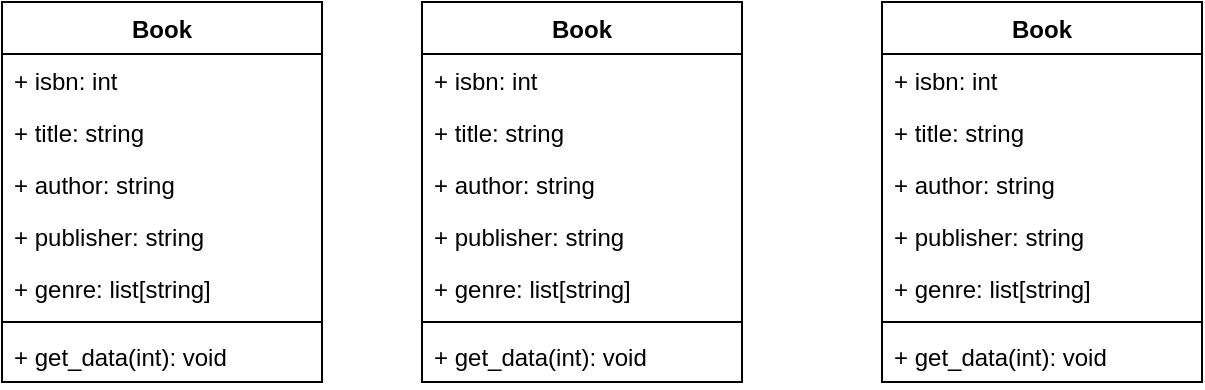
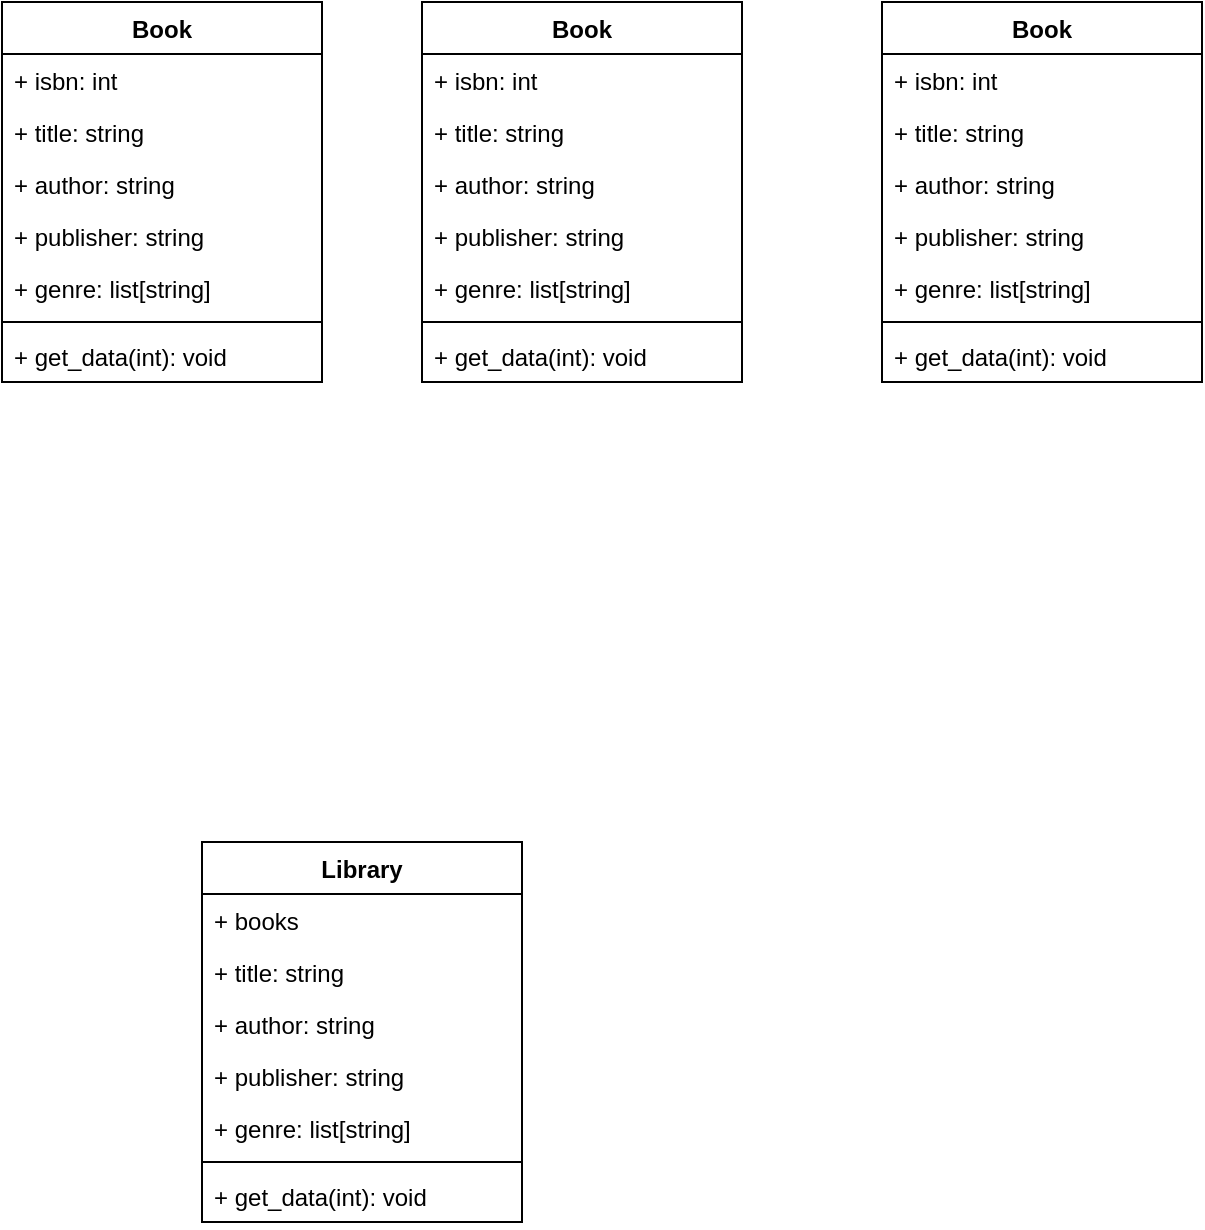
- <mxfile host="app.diagrams.net">
+ <mxfile host="Electron" agent="Mozilla/5.0 (Windows NT 10.0; Win64; x64) AppleWebKit/537.36 (KHTML, like Gecko) draw.io/28.0.6 Chrome/138.0.7204.100 Electron/37.2.3 Safari/537.36" version="28.0.6">
  <diagram name="Page-1" id="MvALraSjg-kkqwut2Yuy">
-     <mxGraphModel dx="1022" dy="530" grid="1" gridSize="10" guides="1" tooltips="1" connect="1" arrows="1" fold="1" page="1" pageScale="1" pageWidth="850" pageHeight="1100" math="0" shadow="0">
+     <mxGraphModel dx="2066" dy="1201" grid="1" gridSize="10" guides="1" tooltips="1" connect="1" arrows="1" fold="1" page="1" pageScale="1" pageWidth="850" pageHeight="1100" math="0" shadow="0">
      <root>
        <mxCell id="0" />
        <mxCell id="1" parent="0" />
-         <mxCell id="85a5JEDxkoZxQ43rEhxc-5" parent="1" style="swimlane;fontStyle=1;align=center;verticalAlign=top;childLayout=stackLayout;horizontal=1;startSize=26;horizontalStack=0;resizeParent=1;resizeParentMax=0;resizeLast=0;collapsible=1;marginBottom=0;whiteSpace=wrap;html=1;" value="Book" vertex="1">
-           <mxGeometry height="190" width="160" x="350" y="210" as="geometry">
-             <mxRectangle height="30" width="70" x="350" y="210" as="alternateBounds" />
+         <mxCell id="85a5JEDxkoZxQ43rEhxc-5" value="Book" style="swimlane;fontStyle=1;align=center;verticalAlign=top;childLayout=stackLayout;horizontal=1;startSize=26;horizontalStack=0;resizeParent=1;resizeParentMax=0;resizeLast=0;collapsible=1;marginBottom=0;whiteSpace=wrap;html=1;" parent="1" vertex="1">
+           <mxGeometry x="350" y="210" width="160" height="190" as="geometry">
+             <mxRectangle x="350" y="210" width="70" height="30" as="alternateBounds" />
          </mxGeometry>
        </mxCell>
-         <mxCell id="85a5JEDxkoZxQ43rEhxc-6" parent="85a5JEDxkoZxQ43rEhxc-5" style="text;strokeColor=none;fillColor=none;align=left;verticalAlign=top;spacingLeft=4;spacingRight=4;overflow=hidden;rotatable=0;points=[[0,0.5],[1,0.5]];portConstraint=eastwest;whiteSpace=wrap;html=1;" value="+ isbn: int" vertex="1">
-           <mxGeometry height="26" width="160" y="26" as="geometry" />
+         <mxCell id="85a5JEDxkoZxQ43rEhxc-6" value="+ isbn: int" style="text;strokeColor=none;fillColor=none;align=left;verticalAlign=top;spacingLeft=4;spacingRight=4;overflow=hidden;rotatable=0;points=[[0,0.5],[1,0.5]];portConstraint=eastwest;whiteSpace=wrap;html=1;" parent="85a5JEDxkoZxQ43rEhxc-5" vertex="1">
+           <mxGeometry y="26" width="160" height="26" as="geometry" />
        </mxCell>
-         <mxCell id="85a5JEDxkoZxQ43rEhxc-12" parent="85a5JEDxkoZxQ43rEhxc-5" style="text;strokeColor=none;fillColor=none;align=left;verticalAlign=top;spacingLeft=4;spacingRight=4;overflow=hidden;rotatable=0;points=[[0,0.5],[1,0.5]];portConstraint=eastwest;whiteSpace=wrap;html=1;" value="+ title: string" vertex="1">
-           <mxGeometry height="26" width="160" y="52" as="geometry" />
+         <mxCell id="85a5JEDxkoZxQ43rEhxc-12" value="+ title: string" style="text;strokeColor=none;fillColor=none;align=left;verticalAlign=top;spacingLeft=4;spacingRight=4;overflow=hidden;rotatable=0;points=[[0,0.5],[1,0.5]];portConstraint=eastwest;whiteSpace=wrap;html=1;" parent="85a5JEDxkoZxQ43rEhxc-5" vertex="1">
+           <mxGeometry y="52" width="160" height="26" as="geometry" />
        </mxCell>
-         <mxCell id="85a5JEDxkoZxQ43rEhxc-13" parent="85a5JEDxkoZxQ43rEhxc-5" style="text;strokeColor=none;fillColor=none;align=left;verticalAlign=top;spacingLeft=4;spacingRight=4;overflow=hidden;rotatable=0;points=[[0,0.5],[1,0.5]];portConstraint=eastwest;whiteSpace=wrap;html=1;" value="+ author: string" vertex="1">
-           <mxGeometry height="26" width="160" y="78" as="geometry" />
+         <mxCell id="85a5JEDxkoZxQ43rEhxc-13" value="+ author: string" style="text;strokeColor=none;fillColor=none;align=left;verticalAlign=top;spacingLeft=4;spacingRight=4;overflow=hidden;rotatable=0;points=[[0,0.5],[1,0.5]];portConstraint=eastwest;whiteSpace=wrap;html=1;" parent="85a5JEDxkoZxQ43rEhxc-5" vertex="1">
+           <mxGeometry y="78" width="160" height="26" as="geometry" />
        </mxCell>
-         <mxCell id="85a5JEDxkoZxQ43rEhxc-14" parent="85a5JEDxkoZxQ43rEhxc-5" style="text;strokeColor=none;fillColor=none;align=left;verticalAlign=top;spacingLeft=4;spacingRight=4;overflow=hidden;rotatable=0;points=[[0,0.5],[1,0.5]];portConstraint=eastwest;whiteSpace=wrap;html=1;" value="+ publisher: string" vertex="1">
-           <mxGeometry height="26" width="160" y="104" as="geometry" />
+         <mxCell id="85a5JEDxkoZxQ43rEhxc-14" value="+ publisher: string" style="text;strokeColor=none;fillColor=none;align=left;verticalAlign=top;spacingLeft=4;spacingRight=4;overflow=hidden;rotatable=0;points=[[0,0.5],[1,0.5]];portConstraint=eastwest;whiteSpace=wrap;html=1;" parent="85a5JEDxkoZxQ43rEhxc-5" vertex="1">
+           <mxGeometry y="104" width="160" height="26" as="geometry" />
        </mxCell>
-         <mxCell id="85a5JEDxkoZxQ43rEhxc-15" parent="85a5JEDxkoZxQ43rEhxc-5" style="text;strokeColor=none;fillColor=none;align=left;verticalAlign=top;spacingLeft=4;spacingRight=4;overflow=hidden;rotatable=0;points=[[0,0.5],[1,0.5]];portConstraint=eastwest;whiteSpace=wrap;html=1;" value="+ genre: list[string]" vertex="1">
-           <mxGeometry height="26" width="160" y="130" as="geometry" />
+         <mxCell id="85a5JEDxkoZxQ43rEhxc-15" value="+ genre: list[string]" style="text;strokeColor=none;fillColor=none;align=left;verticalAlign=top;spacingLeft=4;spacingRight=4;overflow=hidden;rotatable=0;points=[[0,0.5],[1,0.5]];portConstraint=eastwest;whiteSpace=wrap;html=1;" parent="85a5JEDxkoZxQ43rEhxc-5" vertex="1">
+           <mxGeometry y="130" width="160" height="26" as="geometry" />
        </mxCell>
-         <mxCell id="85a5JEDxkoZxQ43rEhxc-7" parent="85a5JEDxkoZxQ43rEhxc-5" style="line;strokeWidth=1;fillColor=none;align=left;verticalAlign=middle;spacingTop=-1;spacingLeft=3;spacingRight=3;rotatable=0;labelPosition=right;points=[];portConstraint=eastwest;strokeColor=inherit;" value="" vertex="1">
-           <mxGeometry height="8" width="160" y="156" as="geometry" />
+         <mxCell id="85a5JEDxkoZxQ43rEhxc-7" value="" style="line;strokeWidth=1;fillColor=none;align=left;verticalAlign=middle;spacingTop=-1;spacingLeft=3;spacingRight=3;rotatable=0;labelPosition=right;points=[];portConstraint=eastwest;strokeColor=inherit;" parent="85a5JEDxkoZxQ43rEhxc-5" vertex="1">
+           <mxGeometry y="156" width="160" height="8" as="geometry" />
        </mxCell>
-         <mxCell id="85a5JEDxkoZxQ43rEhxc-8" parent="85a5JEDxkoZxQ43rEhxc-5" style="text;strokeColor=none;fillColor=none;align=left;verticalAlign=top;spacingLeft=4;spacingRight=4;overflow=hidden;rotatable=0;points=[[0,0.5],[1,0.5]];portConstraint=eastwest;whiteSpace=wrap;html=1;" value="+ get_data(int): void" vertex="1">
-           <mxGeometry height="26" width="160" y="164" as="geometry" />
+         <mxCell id="85a5JEDxkoZxQ43rEhxc-8" value="+ get_data(int): void" style="text;strokeColor=none;fillColor=none;align=left;verticalAlign=top;spacingLeft=4;spacingRight=4;overflow=hidden;rotatable=0;points=[[0,0.5],[1,0.5]];portConstraint=eastwest;whiteSpace=wrap;html=1;" parent="85a5JEDxkoZxQ43rEhxc-5" vertex="1">
+           <mxGeometry y="164" width="160" height="26" as="geometry" />
        </mxCell>
-         <mxCell id="85a5JEDxkoZxQ43rEhxc-17" parent="1" style="swimlane;fontStyle=1;align=center;verticalAlign=top;childLayout=stackLayout;horizontal=1;startSize=26;horizontalStack=0;resizeParent=1;resizeParentMax=0;resizeLast=0;collapsible=1;marginBottom=0;whiteSpace=wrap;html=1;" value="Book" vertex="1">
-           <mxGeometry height="190" width="160" x="580" y="210" as="geometry">
-             <mxRectangle height="30" width="70" x="350" y="210" as="alternateBounds" />
+         <mxCell id="85a5JEDxkoZxQ43rEhxc-17" value="Book" style="swimlane;fontStyle=1;align=center;verticalAlign=top;childLayout=stackLayout;horizontal=1;startSize=26;horizontalStack=0;resizeParent=1;resizeParentMax=0;resizeLast=0;collapsible=1;marginBottom=0;whiteSpace=wrap;html=1;" parent="1" vertex="1">
+           <mxGeometry x="580" y="210" width="160" height="190" as="geometry">
+             <mxRectangle x="350" y="210" width="70" height="30" as="alternateBounds" />
          </mxGeometry>
        </mxCell>
-         <mxCell id="85a5JEDxkoZxQ43rEhxc-18" parent="85a5JEDxkoZxQ43rEhxc-17" style="text;strokeColor=none;fillColor=none;align=left;verticalAlign=top;spacingLeft=4;spacingRight=4;overflow=hidden;rotatable=0;points=[[0,0.5],[1,0.5]];portConstraint=eastwest;whiteSpace=wrap;html=1;" value="+ isbn: int" vertex="1">
-           <mxGeometry height="26" width="160" y="26" as="geometry" />
+         <mxCell id="85a5JEDxkoZxQ43rEhxc-18" value="+ isbn: int" style="text;strokeColor=none;fillColor=none;align=left;verticalAlign=top;spacingLeft=4;spacingRight=4;overflow=hidden;rotatable=0;points=[[0,0.5],[1,0.5]];portConstraint=eastwest;whiteSpace=wrap;html=1;" parent="85a5JEDxkoZxQ43rEhxc-17" vertex="1">
+           <mxGeometry y="26" width="160" height="26" as="geometry" />
        </mxCell>
-         <mxCell id="85a5JEDxkoZxQ43rEhxc-19" parent="85a5JEDxkoZxQ43rEhxc-17" style="text;strokeColor=none;fillColor=none;align=left;verticalAlign=top;spacingLeft=4;spacingRight=4;overflow=hidden;rotatable=0;points=[[0,0.5],[1,0.5]];portConstraint=eastwest;whiteSpace=wrap;html=1;" value="+ title: string" vertex="1">
-           <mxGeometry height="26" width="160" y="52" as="geometry" />
+         <mxCell id="85a5JEDxkoZxQ43rEhxc-19" value="+ title: string" style="text;strokeColor=none;fillColor=none;align=left;verticalAlign=top;spacingLeft=4;spacingRight=4;overflow=hidden;rotatable=0;points=[[0,0.5],[1,0.5]];portConstraint=eastwest;whiteSpace=wrap;html=1;" parent="85a5JEDxkoZxQ43rEhxc-17" vertex="1">
+           <mxGeometry y="52" width="160" height="26" as="geometry" />
        </mxCell>
-         <mxCell id="85a5JEDxkoZxQ43rEhxc-20" parent="85a5JEDxkoZxQ43rEhxc-17" style="text;strokeColor=none;fillColor=none;align=left;verticalAlign=top;spacingLeft=4;spacingRight=4;overflow=hidden;rotatable=0;points=[[0,0.5],[1,0.5]];portConstraint=eastwest;whiteSpace=wrap;html=1;" value="+ author: string" vertex="1">
-           <mxGeometry height="26" width="160" y="78" as="geometry" />
+         <mxCell id="85a5JEDxkoZxQ43rEhxc-20" value="+ author: string" style="text;strokeColor=none;fillColor=none;align=left;verticalAlign=top;spacingLeft=4;spacingRight=4;overflow=hidden;rotatable=0;points=[[0,0.5],[1,0.5]];portConstraint=eastwest;whiteSpace=wrap;html=1;" parent="85a5JEDxkoZxQ43rEhxc-17" vertex="1">
+           <mxGeometry y="78" width="160" height="26" as="geometry" />
        </mxCell>
-         <mxCell id="85a5JEDxkoZxQ43rEhxc-21" parent="85a5JEDxkoZxQ43rEhxc-17" style="text;strokeColor=none;fillColor=none;align=left;verticalAlign=top;spacingLeft=4;spacingRight=4;overflow=hidden;rotatable=0;points=[[0,0.5],[1,0.5]];portConstraint=eastwest;whiteSpace=wrap;html=1;" value="+ publisher: string" vertex="1">
-           <mxGeometry height="26" width="160" y="104" as="geometry" />
+         <mxCell id="85a5JEDxkoZxQ43rEhxc-21" value="+ publisher: string" style="text;strokeColor=none;fillColor=none;align=left;verticalAlign=top;spacingLeft=4;spacingRight=4;overflow=hidden;rotatable=0;points=[[0,0.5],[1,0.5]];portConstraint=eastwest;whiteSpace=wrap;html=1;" parent="85a5JEDxkoZxQ43rEhxc-17" vertex="1">
+           <mxGeometry y="104" width="160" height="26" as="geometry" />
        </mxCell>
-         <mxCell id="85a5JEDxkoZxQ43rEhxc-22" parent="85a5JEDxkoZxQ43rEhxc-17" style="text;strokeColor=none;fillColor=none;align=left;verticalAlign=top;spacingLeft=4;spacingRight=4;overflow=hidden;rotatable=0;points=[[0,0.5],[1,0.5]];portConstraint=eastwest;whiteSpace=wrap;html=1;" value="+ genre: list[string]" vertex="1">
-           <mxGeometry height="26" width="160" y="130" as="geometry" />
+         <mxCell id="85a5JEDxkoZxQ43rEhxc-22" value="+ genre: list[string]" style="text;strokeColor=none;fillColor=none;align=left;verticalAlign=top;spacingLeft=4;spacingRight=4;overflow=hidden;rotatable=0;points=[[0,0.5],[1,0.5]];portConstraint=eastwest;whiteSpace=wrap;html=1;" parent="85a5JEDxkoZxQ43rEhxc-17" vertex="1">
+           <mxGeometry y="130" width="160" height="26" as="geometry" />
        </mxCell>
-         <mxCell id="85a5JEDxkoZxQ43rEhxc-23" parent="85a5JEDxkoZxQ43rEhxc-17" style="line;strokeWidth=1;fillColor=none;align=left;verticalAlign=middle;spacingTop=-1;spacingLeft=3;spacingRight=3;rotatable=0;labelPosition=right;points=[];portConstraint=eastwest;strokeColor=inherit;" value="" vertex="1">
-           <mxGeometry height="8" width="160" y="156" as="geometry" />
+         <mxCell id="85a5JEDxkoZxQ43rEhxc-23" value="" style="line;strokeWidth=1;fillColor=none;align=left;verticalAlign=middle;spacingTop=-1;spacingLeft=3;spacingRight=3;rotatable=0;labelPosition=right;points=[];portConstraint=eastwest;strokeColor=inherit;" parent="85a5JEDxkoZxQ43rEhxc-17" vertex="1">
+           <mxGeometry y="156" width="160" height="8" as="geometry" />
        </mxCell>
-         <mxCell id="85a5JEDxkoZxQ43rEhxc-24" parent="85a5JEDxkoZxQ43rEhxc-17" style="text;strokeColor=none;fillColor=none;align=left;verticalAlign=top;spacingLeft=4;spacingRight=4;overflow=hidden;rotatable=0;points=[[0,0.5],[1,0.5]];portConstraint=eastwest;whiteSpace=wrap;html=1;" value="+ get_data(int): void" vertex="1">
-           <mxGeometry height="26" width="160" y="164" as="geometry" />
+         <mxCell id="85a5JEDxkoZxQ43rEhxc-24" value="+ get_data(int): void" style="text;strokeColor=none;fillColor=none;align=left;verticalAlign=top;spacingLeft=4;spacingRight=4;overflow=hidden;rotatable=0;points=[[0,0.5],[1,0.5]];portConstraint=eastwest;whiteSpace=wrap;html=1;" parent="85a5JEDxkoZxQ43rEhxc-17" vertex="1">
+           <mxGeometry y="164" width="160" height="26" as="geometry" />
        </mxCell>
-         <mxCell id="85a5JEDxkoZxQ43rEhxc-25" parent="1" style="swimlane;fontStyle=1;align=center;verticalAlign=top;childLayout=stackLayout;horizontal=1;startSize=26;horizontalStack=0;resizeParent=1;resizeParentMax=0;resizeLast=0;collapsible=1;marginBottom=0;whiteSpace=wrap;html=1;" value="Book" vertex="1">
-           <mxGeometry height="190" width="160" x="140" y="210" as="geometry">
-             <mxRectangle height="30" width="70" x="350" y="210" as="alternateBounds" />
+         <mxCell id="85a5JEDxkoZxQ43rEhxc-25" value="Book" style="swimlane;fontStyle=1;align=center;verticalAlign=top;childLayout=stackLayout;horizontal=1;startSize=26;horizontalStack=0;resizeParent=1;resizeParentMax=0;resizeLast=0;collapsible=1;marginBottom=0;whiteSpace=wrap;html=1;" parent="1" vertex="1">
+           <mxGeometry x="140" y="210" width="160" height="190" as="geometry">
+             <mxRectangle x="350" y="210" width="70" height="30" as="alternateBounds" />
          </mxGeometry>
        </mxCell>
-         <mxCell id="85a5JEDxkoZxQ43rEhxc-26" parent="85a5JEDxkoZxQ43rEhxc-25" style="text;strokeColor=none;fillColor=none;align=left;verticalAlign=top;spacingLeft=4;spacingRight=4;overflow=hidden;rotatable=0;points=[[0,0.5],[1,0.5]];portConstraint=eastwest;whiteSpace=wrap;html=1;" value="+ isbn: int" vertex="1">
-           <mxGeometry height="26" width="160" y="26" as="geometry" />
+         <mxCell id="85a5JEDxkoZxQ43rEhxc-26" value="+ isbn: int" style="text;strokeColor=none;fillColor=none;align=left;verticalAlign=top;spacingLeft=4;spacingRight=4;overflow=hidden;rotatable=0;points=[[0,0.5],[1,0.5]];portConstraint=eastwest;whiteSpace=wrap;html=1;" parent="85a5JEDxkoZxQ43rEhxc-25" vertex="1">
+           <mxGeometry y="26" width="160" height="26" as="geometry" />
        </mxCell>
-         <mxCell id="85a5JEDxkoZxQ43rEhxc-27" parent="85a5JEDxkoZxQ43rEhxc-25" style="text;strokeColor=none;fillColor=none;align=left;verticalAlign=top;spacingLeft=4;spacingRight=4;overflow=hidden;rotatable=0;points=[[0,0.5],[1,0.5]];portConstraint=eastwest;whiteSpace=wrap;html=1;" value="+ title: string" vertex="1">
-           <mxGeometry height="26" width="160" y="52" as="geometry" />
+         <mxCell id="85a5JEDxkoZxQ43rEhxc-27" value="+ title: string" style="text;strokeColor=none;fillColor=none;align=left;verticalAlign=top;spacingLeft=4;spacingRight=4;overflow=hidden;rotatable=0;points=[[0,0.5],[1,0.5]];portConstraint=eastwest;whiteSpace=wrap;html=1;" parent="85a5JEDxkoZxQ43rEhxc-25" vertex="1">
+           <mxGeometry y="52" width="160" height="26" as="geometry" />
        </mxCell>
-         <mxCell id="85a5JEDxkoZxQ43rEhxc-28" parent="85a5JEDxkoZxQ43rEhxc-25" style="text;strokeColor=none;fillColor=none;align=left;verticalAlign=top;spacingLeft=4;spacingRight=4;overflow=hidden;rotatable=0;points=[[0,0.5],[1,0.5]];portConstraint=eastwest;whiteSpace=wrap;html=1;" value="+ author: string" vertex="1">
-           <mxGeometry height="26" width="160" y="78" as="geometry" />
+         <mxCell id="85a5JEDxkoZxQ43rEhxc-28" value="+ author: string" style="text;strokeColor=none;fillColor=none;align=left;verticalAlign=top;spacingLeft=4;spacingRight=4;overflow=hidden;rotatable=0;points=[[0,0.5],[1,0.5]];portConstraint=eastwest;whiteSpace=wrap;html=1;" parent="85a5JEDxkoZxQ43rEhxc-25" vertex="1">
+           <mxGeometry y="78" width="160" height="26" as="geometry" />
        </mxCell>
-         <mxCell id="85a5JEDxkoZxQ43rEhxc-29" parent="85a5JEDxkoZxQ43rEhxc-25" style="text;strokeColor=none;fillColor=none;align=left;verticalAlign=top;spacingLeft=4;spacingRight=4;overflow=hidden;rotatable=0;points=[[0,0.5],[1,0.5]];portConstraint=eastwest;whiteSpace=wrap;html=1;" value="+ publisher: string" vertex="1">
-           <mxGeometry height="26" width="160" y="104" as="geometry" />
+         <mxCell id="85a5JEDxkoZxQ43rEhxc-29" value="+ publisher: string" style="text;strokeColor=none;fillColor=none;align=left;verticalAlign=top;spacingLeft=4;spacingRight=4;overflow=hidden;rotatable=0;points=[[0,0.5],[1,0.5]];portConstraint=eastwest;whiteSpace=wrap;html=1;" parent="85a5JEDxkoZxQ43rEhxc-25" vertex="1">
+           <mxGeometry y="104" width="160" height="26" as="geometry" />
        </mxCell>
-         <mxCell id="85a5JEDxkoZxQ43rEhxc-30" parent="85a5JEDxkoZxQ43rEhxc-25" style="text;strokeColor=none;fillColor=none;align=left;verticalAlign=top;spacingLeft=4;spacingRight=4;overflow=hidden;rotatable=0;points=[[0,0.5],[1,0.5]];portConstraint=eastwest;whiteSpace=wrap;html=1;" value="+ genre: list[string]" vertex="1">
-           <mxGeometry height="26" width="160" y="130" as="geometry" />
+         <mxCell id="85a5JEDxkoZxQ43rEhxc-30" value="+ genre: list[string]" style="text;strokeColor=none;fillColor=none;align=left;verticalAlign=top;spacingLeft=4;spacingRight=4;overflow=hidden;rotatable=0;points=[[0,0.5],[1,0.5]];portConstraint=eastwest;whiteSpace=wrap;html=1;" parent="85a5JEDxkoZxQ43rEhxc-25" vertex="1">
+           <mxGeometry y="130" width="160" height="26" as="geometry" />
        </mxCell>
-         <mxCell id="85a5JEDxkoZxQ43rEhxc-31" parent="85a5JEDxkoZxQ43rEhxc-25" style="line;strokeWidth=1;fillColor=none;align=left;verticalAlign=middle;spacingTop=-1;spacingLeft=3;spacingRight=3;rotatable=0;labelPosition=right;points=[];portConstraint=eastwest;strokeColor=inherit;" value="" vertex="1">
-           <mxGeometry height="8" width="160" y="156" as="geometry" />
+         <mxCell id="85a5JEDxkoZxQ43rEhxc-31" value="" style="line;strokeWidth=1;fillColor=none;align=left;verticalAlign=middle;spacingTop=-1;spacingLeft=3;spacingRight=3;rotatable=0;labelPosition=right;points=[];portConstraint=eastwest;strokeColor=inherit;" parent="85a5JEDxkoZxQ43rEhxc-25" vertex="1">
+           <mxGeometry y="156" width="160" height="8" as="geometry" />
        </mxCell>
-         <mxCell id="85a5JEDxkoZxQ43rEhxc-32" parent="85a5JEDxkoZxQ43rEhxc-25" style="text;strokeColor=none;fillColor=none;align=left;verticalAlign=top;spacingLeft=4;spacingRight=4;overflow=hidden;rotatable=0;points=[[0,0.5],[1,0.5]];portConstraint=eastwest;whiteSpace=wrap;html=1;" value="+ get_data(int): void" vertex="1">
-           <mxGeometry height="26" width="160" y="164" as="geometry" />
+         <mxCell id="85a5JEDxkoZxQ43rEhxc-32" value="+ get_data(int): void" style="text;strokeColor=none;fillColor=none;align=left;verticalAlign=top;spacingLeft=4;spacingRight=4;overflow=hidden;rotatable=0;points=[[0,0.5],[1,0.5]];portConstraint=eastwest;whiteSpace=wrap;html=1;" parent="85a5JEDxkoZxQ43rEhxc-25" vertex="1">
+           <mxGeometry y="164" width="160" height="26" as="geometry" />
+         </mxCell>
+         <mxCell id="KlhZDnjiOGxO3gPCidvQ-1" value="Library" style="swimlane;fontStyle=1;align=center;verticalAlign=top;childLayout=stackLayout;horizontal=1;startSize=26;horizontalStack=0;resizeParent=1;resizeParentMax=0;resizeLast=0;collapsible=1;marginBottom=0;whiteSpace=wrap;html=1;" vertex="1" parent="1">
+           <mxGeometry x="240" y="630" width="160" height="190" as="geometry">
+             <mxRectangle x="350" y="210" width="70" height="30" as="alternateBounds" />
+           </mxGeometry>
+         </mxCell>
+         <mxCell id="KlhZDnjiOGxO3gPCidvQ-2" value="+ books" style="text;strokeColor=none;fillColor=none;align=left;verticalAlign=top;spacingLeft=4;spacingRight=4;overflow=hidden;rotatable=0;points=[[0,0.5],[1,0.5]];portConstraint=eastwest;whiteSpace=wrap;html=1;" vertex="1" parent="KlhZDnjiOGxO3gPCidvQ-1">
+           <mxGeometry y="26" width="160" height="26" as="geometry" />
+         </mxCell>
+         <mxCell id="KlhZDnjiOGxO3gPCidvQ-3" value="+ title: string" style="text;strokeColor=none;fillColor=none;align=left;verticalAlign=top;spacingLeft=4;spacingRight=4;overflow=hidden;rotatable=0;points=[[0,0.5],[1,0.5]];portConstraint=eastwest;whiteSpace=wrap;html=1;" vertex="1" parent="KlhZDnjiOGxO3gPCidvQ-1">
+           <mxGeometry y="52" width="160" height="26" as="geometry" />
+         </mxCell>
+         <mxCell id="KlhZDnjiOGxO3gPCidvQ-4" value="+ author: string" style="text;strokeColor=none;fillColor=none;align=left;verticalAlign=top;spacingLeft=4;spacingRight=4;overflow=hidden;rotatable=0;points=[[0,0.5],[1,0.5]];portConstraint=eastwest;whiteSpace=wrap;html=1;" vertex="1" parent="KlhZDnjiOGxO3gPCidvQ-1">
+           <mxGeometry y="78" width="160" height="26" as="geometry" />
+         </mxCell>
+         <mxCell id="KlhZDnjiOGxO3gPCidvQ-5" value="+ publisher: string" style="text;strokeColor=none;fillColor=none;align=left;verticalAlign=top;spacingLeft=4;spacingRight=4;overflow=hidden;rotatable=0;points=[[0,0.5],[1,0.5]];portConstraint=eastwest;whiteSpace=wrap;html=1;" vertex="1" parent="KlhZDnjiOGxO3gPCidvQ-1">
+           <mxGeometry y="104" width="160" height="26" as="geometry" />
+         </mxCell>
+         <mxCell id="KlhZDnjiOGxO3gPCidvQ-6" value="+ genre: list[string]" style="text;strokeColor=none;fillColor=none;align=left;verticalAlign=top;spacingLeft=4;spacingRight=4;overflow=hidden;rotatable=0;points=[[0,0.5],[1,0.5]];portConstraint=eastwest;whiteSpace=wrap;html=1;" vertex="1" parent="KlhZDnjiOGxO3gPCidvQ-1">
+           <mxGeometry y="130" width="160" height="26" as="geometry" />
+         </mxCell>
+         <mxCell id="KlhZDnjiOGxO3gPCidvQ-7" value="" style="line;strokeWidth=1;fillColor=none;align=left;verticalAlign=middle;spacingTop=-1;spacingLeft=3;spacingRight=3;rotatable=0;labelPosition=right;points=[];portConstraint=eastwest;strokeColor=inherit;" vertex="1" parent="KlhZDnjiOGxO3gPCidvQ-1">
+           <mxGeometry y="156" width="160" height="8" as="geometry" />
+         </mxCell>
+         <mxCell id="KlhZDnjiOGxO3gPCidvQ-8" value="+ get_data(int): void" style="text;strokeColor=none;fillColor=none;align=left;verticalAlign=top;spacingLeft=4;spacingRight=4;overflow=hidden;rotatable=0;points=[[0,0.5],[1,0.5]];portConstraint=eastwest;whiteSpace=wrap;html=1;" vertex="1" parent="KlhZDnjiOGxO3gPCidvQ-1">
+           <mxGeometry y="164" width="160" height="26" as="geometry" />
        </mxCell>
      </root>
    </mxGraphModel>
  </diagram>
</mxfile>
